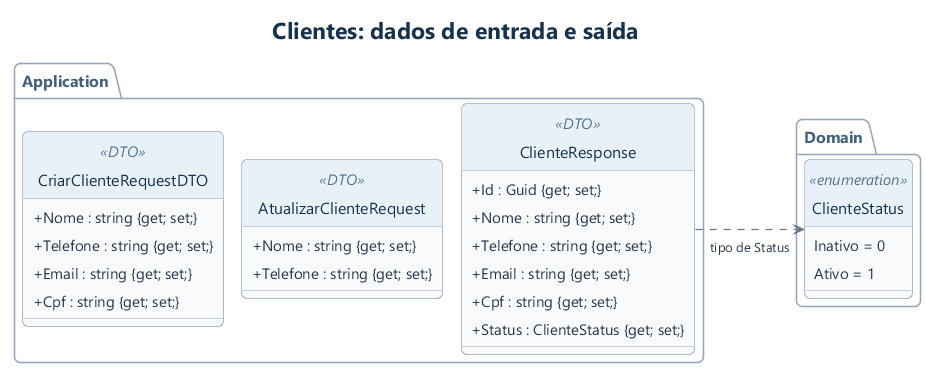
Before: docs/uml/imagens/04-classes-dtos.png, a diagram exported from PlantUML (MurilloKelvin/API-Locacao-de-imoveis).
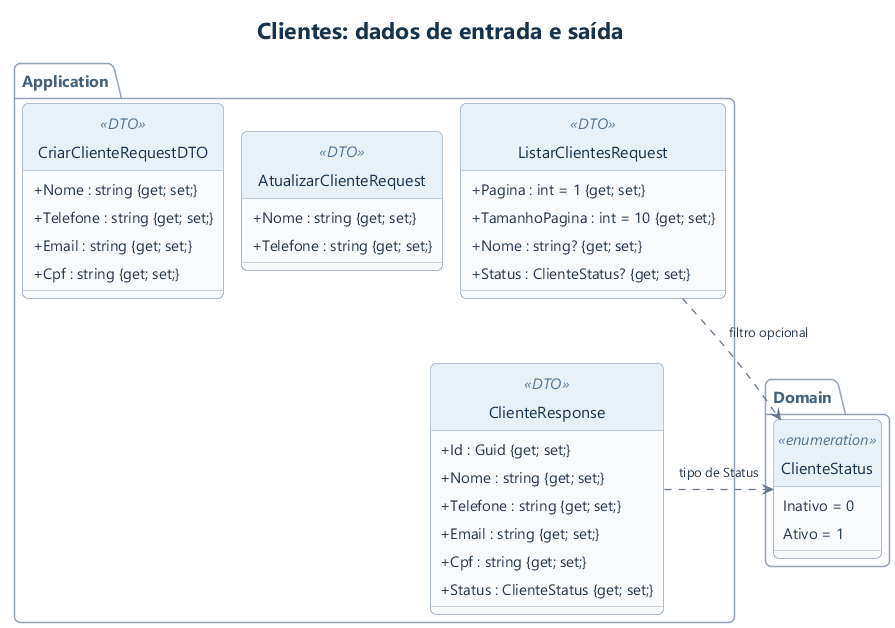
After the change.

Change to the diagram source:
```diff
@@ -12,6 +12,12 @@
   class AtualizarClienteRequest <<DTO>> {
     +Nome : string {get; set;}
     +Telefone : string {get; set;}
+  }
+  class ListarClientesRequest <<DTO>> {
+    +Pagina : int = 1 {get; set;}
+    +TamanhoPagina : int = 10 {get; set;}
+    +Nome : string? {get; set;}
+    +Status : ClienteStatus? {get; set;}
   }
   class ClienteResponse <<DTO>> {
     +Id : Guid {get; set;}
@@ -29,6 +35,8 @@
   }
 }
 CriarClienteRequestDTO -[hidden]right- AtualizarClienteRequest
-AtualizarClienteRequest -[hidden]right- ClienteResponse
+AtualizarClienteRequest -[hidden]right- ListarClientesRequest
+ListarClientesRequest -[hidden]down- ClienteResponse
 ClienteResponse ..right> ClienteStatus : tipo de Status
+ListarClientesRequest ..right> ClienteStatus : filtro opcional
 @enduml
```
